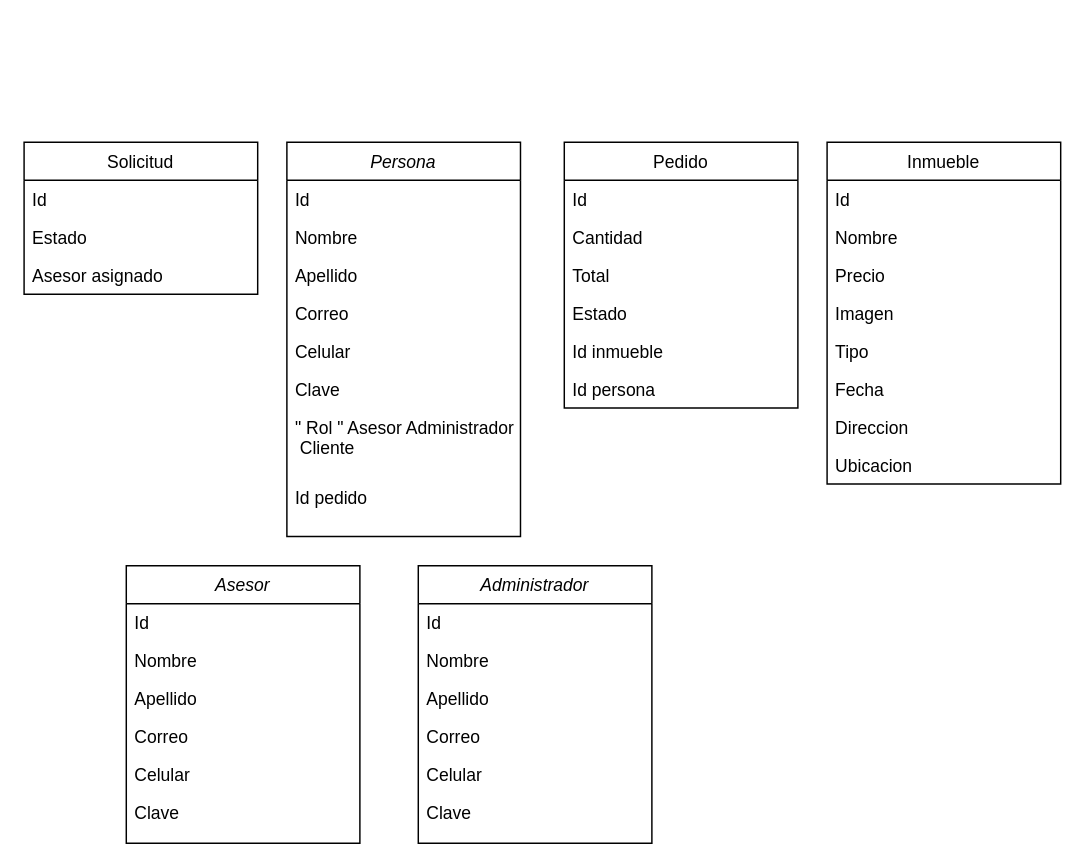
Earlier version of the draw.io diagram diagrama.drawio (andreaolejua/-Ciclo4-Inmobiliaria). Source tidied: cells renumbered, new cells numbered last; positions are measured from the earlier drawing's top-left corner, leaving out a move shared by most shapes. Both pictures are drawn from the tidied source at 146%, with x=0, y=0 at pixel (23, 142).
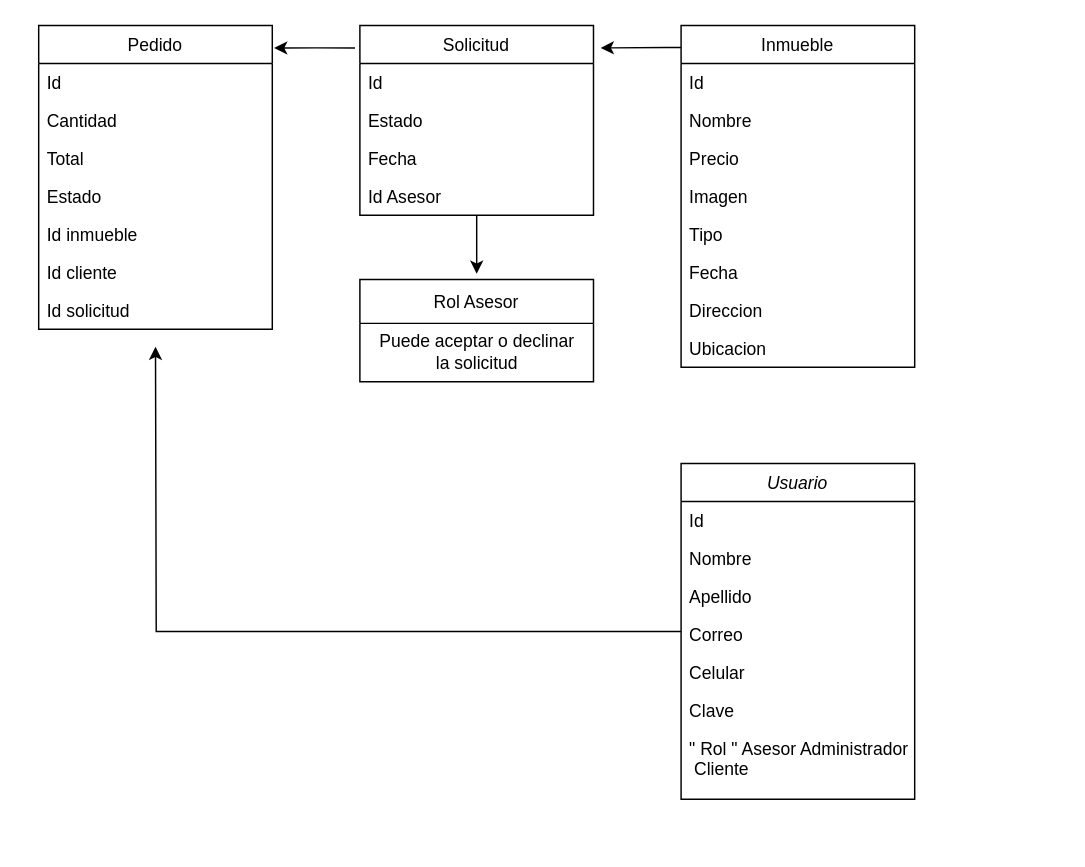
The same page after the edit.

What changed in the source:
```diff
@@
+    <mxCell id="45" style="edgeStyle=orthogonalEdgeStyle;rounded=0;jettySize=auto;html=1;" parent="1" edge="1" source="2">
+      <mxGeometry relative="1" as="geometry">
+        <mxPoint x="90" y="140" as="targetPoint" />
+      </mxGeometry>
+    </mxCell>
-    <mxCell id="2" value="Persona" style="swimlane;fontStyle=2;align=center;verticalAlign=top;horizontal=1;startSize=26;rounded=0;shadow=0;strokeWidth=1;" parent="1" vertex="1">
-      <mxGeometry x="180" width="160" height="270" as="geometry" />
+    <mxCell id="2" value="Usuario" style="swimlane;fontStyle=2;align=center;verticalAlign=top;horizontal=1;startSize=26;rounded=0;shadow=0;strokeWidth=1;" parent="1" vertex="1">
+      <mxGeometry x="450" y="220" width="160" height="230" as="geometry" />
     </mxCell>
@@
-    <mxCell id="10" value="Id pedido" style="text;align=left;verticalAlign=top;spacingLeft=4;spacingRight=4;overflow=hidden;" parent="2" vertex="1">
-      <mxGeometry y="230" width="160" height="26" as="geometry" />
-    </mxCell>
     <mxCell id="11" value="Pedido" style="swimlane;fontStyle=0;align=center;verticalAlign=top;horizontal=1;startSize=26;rounded=0;shadow=0;strokeWidth=1;" parent="1" vertex="1">
-      <mxGeometry x="370" width="160" height="182" as="geometry" />
+      <mxGeometry x="10" y="-80" width="160" height="208" as="geometry" />
     </mxCell>
@@
+    <mxCell id="46" value="Id cliente" style="text;align=left;verticalAlign=top;spacingLeft=4;spacingRight=4;overflow=hidden;rounded=0;shadow=0;html=0;" parent="11" vertex="1">
+      <mxGeometry y="156" width="160" height="26" as="geometry" />
+    </mxCell>
-    <mxCell id="17" value="Id persona" style="text;align=left;verticalAlign=top;spacingLeft=4;spacingRight=4;overflow=hidden;rounded=0;shadow=0;html=0;" parent="11" vertex="1">
-      <mxGeometry y="156" width="160" height="26" as="geometry" />
+    <mxCell id="17" value="Id solicitud" style="text;align=left;verticalAlign=top;spacingLeft=4;spacingRight=4;overflow=hidden;rounded=0;shadow=0;html=0;" parent="11" vertex="1">
+      <mxGeometry y="182" width="160" height="26" as="geometry" />
     </mxCell>
+    <mxCell id="47" style="edgeStyle=orthogonalEdgeStyle;rounded=0;jettySize=auto;html=1;entryX=1.031;entryY=0.118;entryDx=0;entryDy=0;entryPerimeter=0;" parent="1" edge="1" source="18" target="27">
+      <mxGeometry relative="1" as="geometry">
+        <Array as="points">
+          <mxPoint x="440" y="-65" />
+          <mxPoint x="440" y="-65" />
+        </Array>
+      </mxGeometry>
+    </mxCell>
     <mxCell id="18" value="Inmueble" style="swimlane;fontStyle=0;align=center;verticalAlign=top;horizontal=1;startSize=26;rounded=0;shadow=0;strokeWidth=1;" parent="1" vertex="1">
-      <mxGeometry x="550" width="160" height="234" as="geometry" />
+      <mxGeometry x="450" y="-80" width="160" height="234" as="geometry" />
     </mxCell>
@@
+    <mxCell id="48" style="edgeStyle=orthogonalEdgeStyle;rounded=0;jettySize=auto;html=1;entryX=1.008;entryY=0.074;entryDx=0;entryDy=0;entryPerimeter=0;exitX=-0.021;exitY=0.118;exitDx=0;exitDy=0;exitPerimeter=0;" parent="1" edge="1" source="27" target="11">
+      <mxGeometry relative="1" as="geometry" />
+    </mxCell>
     <mxCell id="27" value="Solicitud" style="swimlane;fontStyle=0;align=center;verticalAlign=top;horizontal=1;startSize=26;rounded=0;shadow=0;strokeWidth=1;" parent="1" vertex="1">
-      <mxGeometry width="160" height="104" as="geometry" />
+      <mxGeometry x="230" y="-80" width="160" height="130" as="geometry" />
     </mxCell>
@@
+    <mxCell id="49" value="Fecha" style="text;align=left;verticalAlign=top;spacingLeft=4;spacingRight=4;overflow=hidden;rounded=0;shadow=0;html=0;" parent="27" vertex="1">
+      <mxGeometry y="78" width="160" height="26" as="geometry" />
+    </mxCell>
-    <mxCell id="30" value="Asesor asignado" style="text;align=left;verticalAlign=top;spacingLeft=4;spacingRight=4;overflow=hidden;points=[[0,0.5],[1,0.5]];portConstraint=eastwest;rounded=0;shadow=0;html=0;" parent="27" vertex="1">
-      <mxGeometry y="78" width="160" height="26" as="geometry" />
+    <mxCell id="30" value="Id Asesor" style="text;align=left;verticalAlign=top;spacingLeft=4;spacingRight=4;overflow=hidden;points=[[0,0.5],[1,0.5]];portConstraint=eastwest;rounded=0;shadow=0;html=0;" parent="27" vertex="1">
+      <mxGeometry y="104" width="160" height="26" as="geometry" />
     </mxCell>
-    <mxCell id="31" value="Asesor" style="swimlane;fontStyle=2;align=center;verticalAlign=top;horizontal=1;startSize=26;rounded=0;shadow=0;strokeWidth=1;" parent="1" vertex="1">
-      <mxGeometry x="70" y="290" width="160" height="190" as="geometry" />
-    </mxCell>
-    <mxCell id="32" value="Id" style="text;align=left;verticalAlign=top;spacingLeft=4;spacingRight=4;overflow=hidden;" parent="31" vertex="1">
-      <mxGeometry y="26" width="160" height="26" as="geometry" />
-    </mxCell>
-    <mxCell id="33" value="Nombre" style="text;align=left;verticalAlign=top;spacingLeft=4;spacingRight=4;overflow=hidden;rounded=0;shadow=0;html=0;" parent="31" vertex="1">
-      <mxGeometry y="52" width="160" height="26" as="geometry" />
-    </mxCell>
-    <mxCell id="34" value="Apellido" style="text;align=left;verticalAlign=top;spacingLeft=4;spacingRight=4;overflow=hidden;rounded=0;shadow=0;html=0;" parent="31" vertex="1">
-      <mxGeometry y="78" width="160" height="26" as="geometry" />
-    </mxCell>
-    <mxCell id="35" value="Correo&#10;" style="text;align=left;verticalAlign=top;spacingLeft=4;spacingRight=4;overflow=hidden;" parent="31" vertex="1">
-      <mxGeometry y="104" width="160" height="26" as="geometry" />
-    </mxCell>
-    <mxCell id="36" value="Celular" style="text;align=left;verticalAlign=top;spacingLeft=4;spacingRight=4;overflow=hidden;" parent="31" vertex="1">
-      <mxGeometry y="130" width="160" height="26" as="geometry" />
-    </mxCell>
-    <mxCell id="37" value="Clave" style="text;align=left;verticalAlign=top;spacingLeft=4;spacingRight=4;overflow=hidden;" parent="31" vertex="1">
-      <mxGeometry y="156" width="160" height="26" as="geometry" />
-    </mxCell>
-    <mxCell id="38" value="Administrador" style="swimlane;fontStyle=2;align=center;verticalAlign=top;horizontal=1;startSize=26;rounded=0;shadow=0;strokeWidth=1;" parent="1" vertex="1">
-      <mxGeometry x="270" y="290" width="160" height="190" as="geometry" />
-    </mxCell>
-    <mxCell id="39" value="Id" style="text;align=left;verticalAlign=top;spacingLeft=4;spacingRight=4;overflow=hidden;" parent="38" vertex="1">
-      <mxGeometry y="26" width="160" height="26" as="geometry" />
-    </mxCell>
-    <mxCell id="40" value="Nombre" style="text;align=left;verticalAlign=top;spacingLeft=4;spacingRight=4;overflow=hidden;rounded=0;shadow=0;html=0;" parent="38" vertex="1">
-      <mxGeometry y="52" width="160" height="26" as="geometry" />
-    </mxCell>
-    <mxCell id="41" value="Apellido" style="text;align=left;verticalAlign=top;spacingLeft=4;spacingRight=4;overflow=hidden;rounded=0;shadow=0;html=0;" parent="38" vertex="1">
-      <mxGeometry y="78" width="160" height="26" as="geometry" />
-    </mxCell>
-    <mxCell id="42" value="Correo&#10;" style="text;align=left;verticalAlign=top;spacingLeft=4;spacingRight=4;overflow=hidden;" parent="38" vertex="1">
-      <mxGeometry y="104" width="160" height="26" as="geometry" />
-    </mxCell>
-    <mxCell id="43" value="Celular" style="text;align=left;verticalAlign=top;spacingLeft=4;spacingRight=4;overflow=hidden;" parent="38" vertex="1">
-      <mxGeometry y="130" width="160" height="26" as="geometry" />
-    </mxCell>
-    <mxCell id="44" value="Clave" style="text;align=left;verticalAlign=top;spacingLeft=4;spacingRight=4;overflow=hidden;" parent="38" vertex="1">
-      <mxGeometry y="156" width="160" height="26" as="geometry" />
-    </mxCell>
+    <mxCell id="50" value="Rol Asesor" style="swimlane;fontStyle=0;horizontal=1;startSize=30;" parent="1" vertex="1">
+      <mxGeometry x="230" y="94" width="160" height="70" as="geometry" />
+    </mxCell>
+    <mxCell id="51" value="Puede aceptar o declinar &lt;br&gt;la solicitud" style="text;html=1;align=center;verticalAlign=middle;strokeColor=none;fillColor=none;" parent="50" vertex="1">
+      <mxGeometry y="30" width="160" height="40" as="geometry" />
+    </mxCell>
+    <mxCell id="52" style="edgeStyle=orthogonalEdgeStyle;rounded=0;jettySize=auto;html=1;" parent="1" edge="1" source="30">
+      <mxGeometry relative="1" as="geometry">
+        <mxPoint x="310" y="90" as="targetPoint" />
+        <Array as="points">
+          <mxPoint x="310" y="80" />
+          <mxPoint x="310" y="80" />
+        </Array>
+      </mxGeometry>
+    </mxCell>
```
